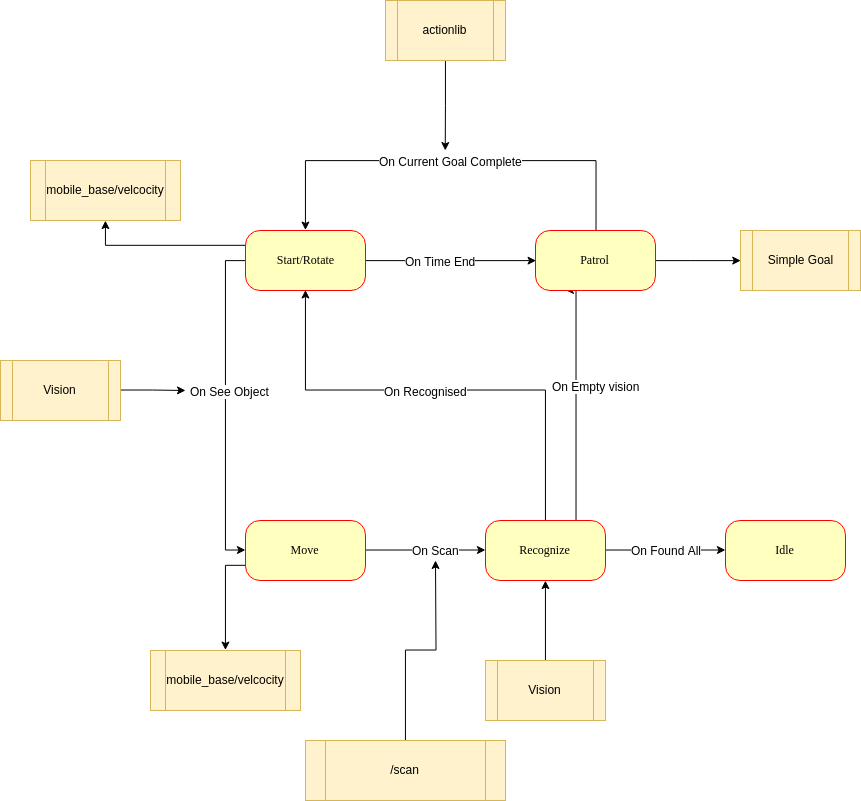
This is Robotics State Diagram.png from bdawson1993/ROS-object-search, a draw.io export, as it was before one commit. Source tidied: cells renumbered, new cells last; positions are measured from the earlier drawing's top-left corner, leaving out a move shared by most shapes.
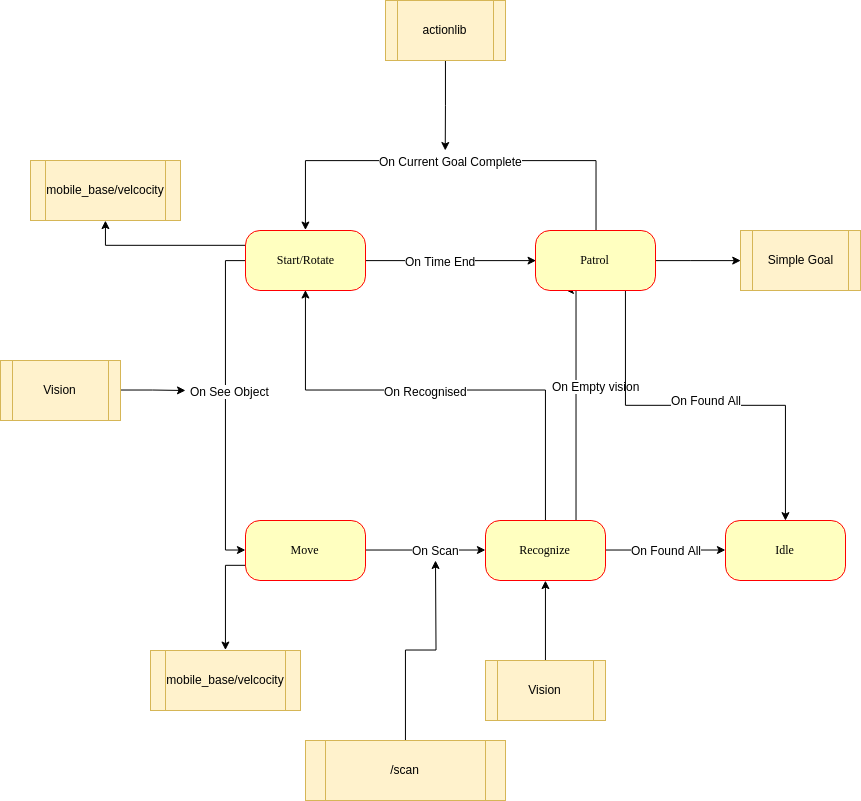
After the commit.

Change to the diagram source:
```diff
@@ -91,6 +91,14 @@
         </Array>
       </mxGeometry>
     </mxCell>
+    <mxCell id="35" style="edgeStyle=orthogonalEdgeStyle;rounded=0;jettySize=auto;html=1;exitX=0.75;exitY=1;exitDx=0;exitDy=0;entryX=0.5;entryY=0;entryDx=0;entryDy=0;" parent="1" edge="1" source="22" target="34">
+      <mxGeometry relative="1" as="geometry" />
+    </mxCell>
+    <mxCell id="36" value="On Found All" style="text;html=1;align=center;verticalAlign=middle;labelBackgroundColor=#ffffff;" parent="35" vertex="1">
+      <mxGeometry x="-0.41" y="59" relative="1" as="geometry">
+        <mxPoint x="80" y="54" as="offset" />
+      </mxGeometry>
+    </mxCell>
     <mxCell id="22" value="Patrol&lt;br&gt;" style="rounded=1;whiteSpace=wrap;html=1;arcSize=24;fillColor=#ffffc0;strokeColor=#ff0000;shadow=0;comic=0;labelBackgroundColor=none;fontFamily=Verdana;fontSize=12;fontColor=#000000;align=center;" parent="1" vertex="1">
       <mxGeometry x="535" y="230" width="120" height="60" as="geometry" />
     </mxCell>
```
